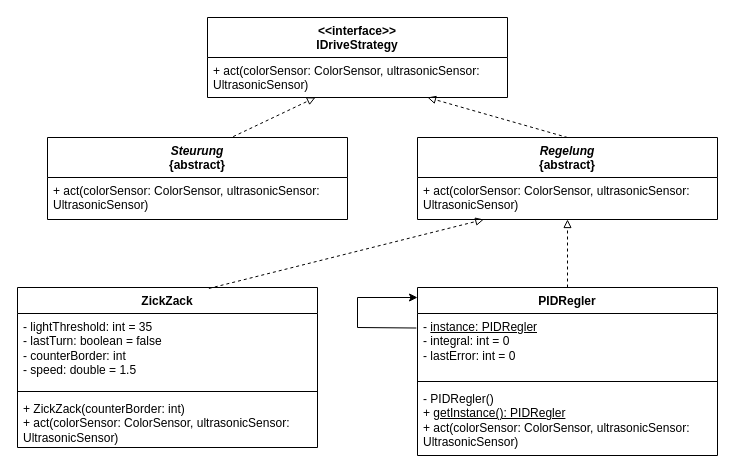
The draw.io diagram UML/Singleton.drawio in Thomas12141/OOS_Praktikum, before the edit. Source tidied: cells renumbered, new cells numbered last; positions are measured from the earlier drawing's top-left corner, leaving out a move shared by most shapes. Both pictures are drawn from the tidied source at 100%, with x=0, y=0 at pixel (17, 17).
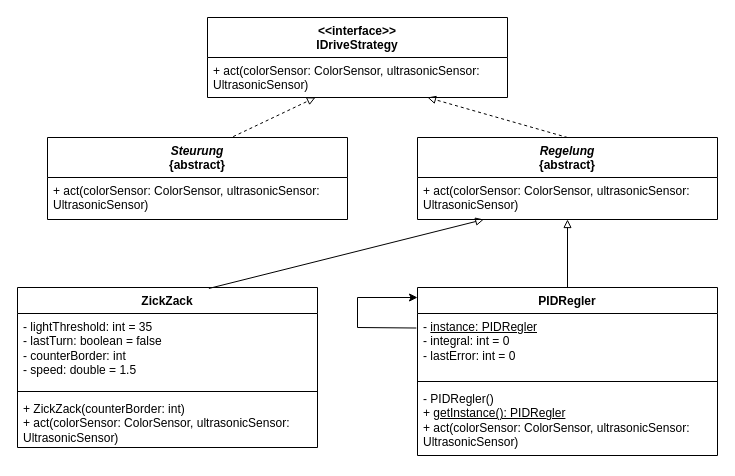
The same diagram, later.

Commit message:
Fix from UML diagram.

Unchanged cells that the change refers to:
```xml
<mxCell id="3" value="PIDRegler" style="swimlane;fontStyle=1;align=center;verticalAlign=top;horizontal=1;startSize=26;whiteSpace=wrap;html=1;" parent="1" vertex="1">
  <mxGeometry x="400" y="270" width="300" height="168" as="geometry" />
</mxCell>
<mxCell id="9" value="+ act(colorSensor: ColorSensor, ultrasonicSensor: UltrasonicSensor)" style="text;strokeColor=none;fillColor=none;align=left;verticalAlign=top;spacingLeft=4;spacingRight=4;overflow=hidden;points=[[0,0.5],[1,0.5]];portConstraint=eastwest;whiteSpace=wrap;html=1;" parent="8" vertex="1">
  <mxGeometry y="40" width="300" height="42" as="geometry" />
</mxCell>
<mxCell id="14" value="ZickZack" style="swimlane;fontStyle=1;align=center;verticalAlign=top;horizontal=1;startSize=26;whiteSpace=wrap;html=1;" parent="1" vertex="1">
  <mxGeometry y="270" width="300" height="160" as="geometry" />
</mxCell>
```

Change to the diagram source:
```diff
@@
-    <mxCell id="2" style="rounded=0;jettySize=auto;html=1;dashed=1;endArrow=block;endFill=0;" parent="1" edge="1" source="3" target="9">
+    <mxCell id="2" style="rounded=0;jettySize=auto;html=1;endArrow=block;endFill=0;" parent="1" edge="1" source="3" target="9">
       <mxGeometry relative="1" as="geometry" />
     </mxCell>
@@
-    <mxCell id="18" style="rounded=0;jettySize=auto;html=1;dashed=1;endArrow=block;endFill=0;exitX=0.638;exitY=0.006;exitDx=0;exitDy=0;exitPerimeter=0;" parent="1" edge="1" source="14" target="9">
+    <mxCell id="18" style="rounded=0;jettySize=auto;html=1;endArrow=block;endFill=0;exitX=0.638;exitY=0.006;exitDx=0;exitDy=0;exitPerimeter=0;" parent="1" edge="1" source="14" target="9">
       <mxGeometry relative="1" as="geometry" />
     </mxCell>
```
